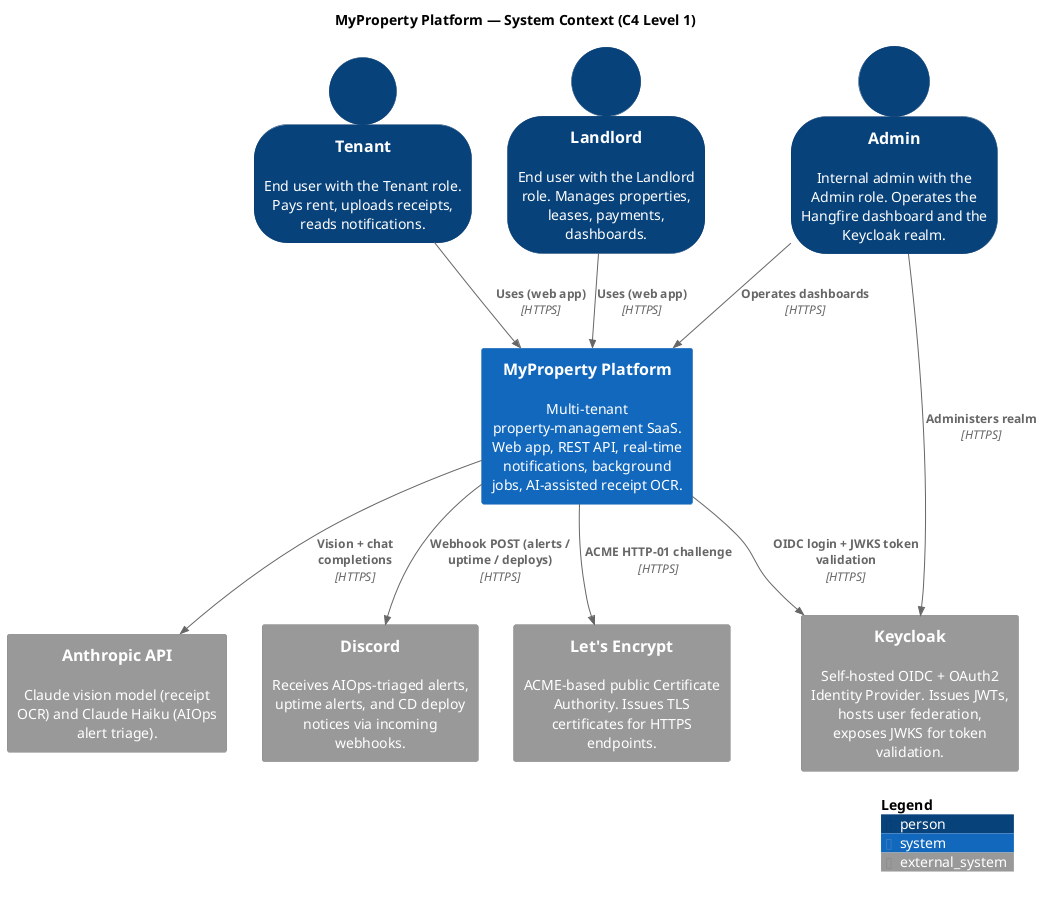
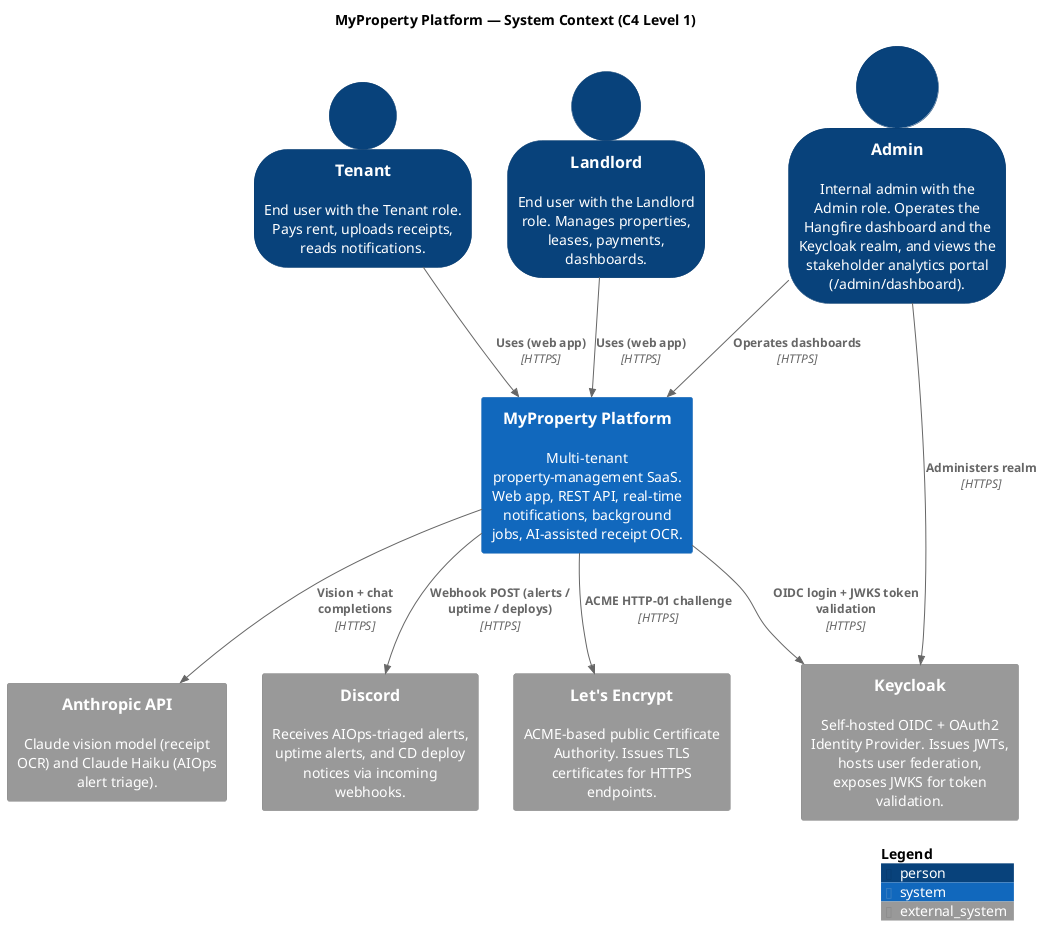
@startuml
!include <C4/C4_Context>

LAYOUT_WITH_LEGEND()
SHOW_PERSON_OUTLINE()

title MyProperty Platform — System Context (C4 Level 1)

' ====== Actors ======
Person(tenant,   "Tenant",   "End user with the Tenant role. Pays rent, uploads receipts, reads notifications.")
Person(landlord, "Landlord", "End user with the Landlord role. Manages properties, leases, payments, dashboards.")
- Person(admin,    "Admin",    "Internal admin with the Admin role. Operates the Hangfire dashboard and the Keycloak realm.")
+ Person(admin,    "Admin",    "Internal admin with the Admin role. Operates the Hangfire dashboard and the Keycloak realm, and views the stakeholder analytics portal (/admin/dashboard).")

' ====== System under design ======
System(myproperty, "MyProperty Platform", "Multi-tenant property-management SaaS. Web app, REST API, real-time notifications, background jobs, AI-assisted receipt OCR.")

' ====== External systems ======
System_Ext(keycloak,    "Keycloak",            "Self-hosted OIDC + OAuth2 Identity Provider. Issues JWTs, hosts user federation, exposes JWKS for token validation.")
System_Ext(anthropic,   "Anthropic API",       "Claude vision model (receipt OCR) and Claude Haiku (AIOps alert triage).")
System_Ext(discord,     "Discord",             "Receives AIOps-triaged alerts, uptime alerts, and CD deploy notices via incoming webhooks.")
System_Ext(letsencrypt, "Let's Encrypt",       "ACME-based public Certificate Authority. Issues TLS certificates for HTTPS endpoints.")

' ====== Relationships ======
Rel(tenant,   myproperty, "Uses (web app)",      "HTTPS")
Rel(landlord, myproperty, "Uses (web app)",      "HTTPS")
Rel(admin,    myproperty, "Operates dashboards", "HTTPS")
Rel(admin,    keycloak,   "Administers realm",   "HTTPS")

Rel(myproperty, keycloak,    "OIDC login + JWKS token validation", "HTTPS")
Rel(myproperty, anthropic,   "Vision + chat completions",          "HTTPS")
Rel(myproperty, discord,     "Webhook POST (alerts / uptime / deploys)", "HTTPS")
Rel(myproperty, letsencrypt, "ACME HTTP-01 challenge",             "HTTPS")

SHOW_LEGEND()
@enduml
